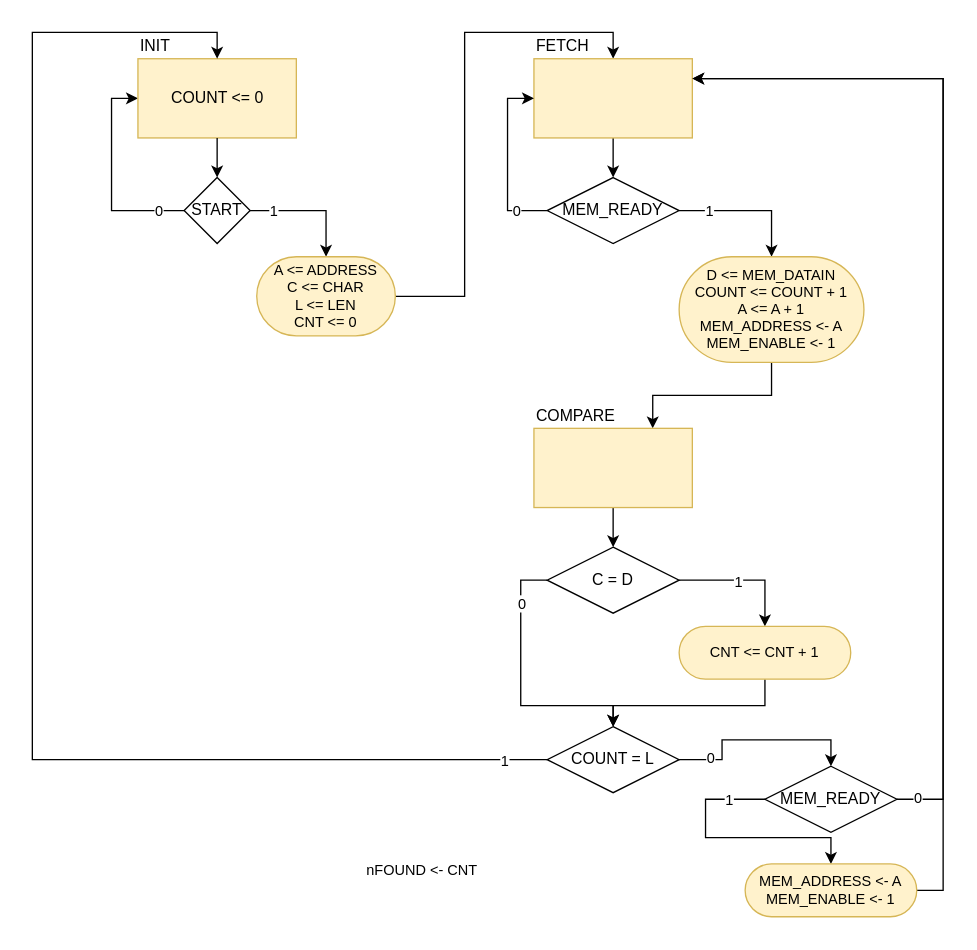
Earlier version of the draw.io diagram page "search_chr_improved" (4 of 5) of ASMcharts/ASM.drawio (DavidTrevisan/calcolatori_elettronici_2025). Source tidied: cells renumbered, new cells numbered last; positions are measured from the earlier drawing's top-left corner, leaving out a move shared by most shapes. Both pictures are drawn from the tidied source at 132%, with x=0, y=0 at pixel (32, 32).
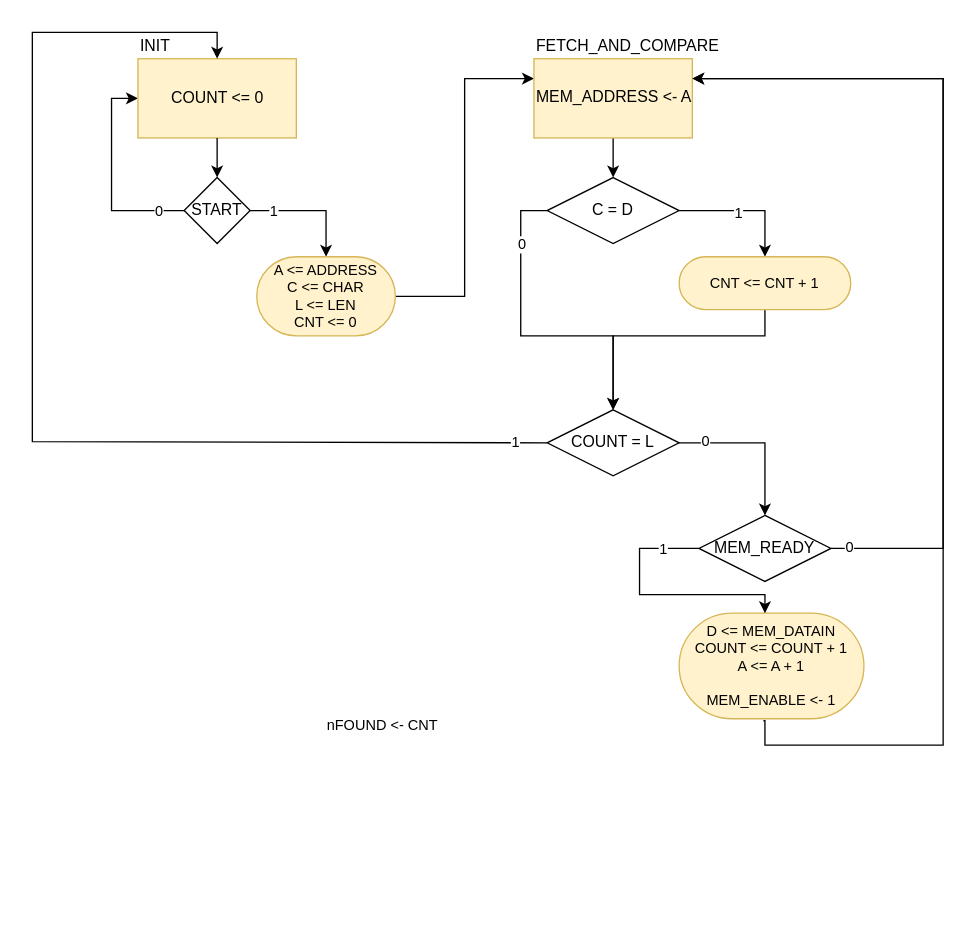
Above is the later version.

Commit message:
[ASM] Update (reversed eng) search_chr improved

Unchanged cells that the change refers to:
```xml
<mxCell id="4" value="INIT" style="rounded=0;whiteSpace=wrap;html=1;verticalAlign=bottom;labelPosition=center;verticalLabelPosition=top;align=left;fillColor=#fff2cc;strokeColor=#d6b656;" parent="1" vertex="1">
  <mxGeometry x="80" y="20" width="120" height="60" as="geometry" />
</mxCell>
<mxCell id="11" value="A &amp;lt;= ADDRESS&lt;br&gt;C &amp;lt;= CHAR&lt;br&gt;L &amp;lt;= LEN&lt;br&gt;CNT &amp;lt;= 0" style="rounded=1;whiteSpace=wrap;html=1;fontFamily=Helvetica;fontSize=11;labelBackgroundColor=none;fillColor=#fff2cc;strokeColor=#d6b656;arcSize=50;" parent="1" vertex="1">
  <mxGeometry x="170" y="170" width="105" height="60" as="geometry" />
</mxCell>
```

The edit, as a diff of the source:
```diff
@@
-    <mxCell id="10" style="edgeStyle=orthogonalEdgeStyle;shape=connector;rounded=0;jumpStyle=arc;jettySize=auto;html=1;entryX=0.5;entryY=0;entryDx=0;entryDy=0;strokeColor=default;align=center;verticalAlign=middle;fontFamily=Helvetica;fontSize=11;fontColor=default;labelBackgroundColor=default;endArrow=classic;" parent="1" edge="1" source="11" target="13">
+    <mxCell id="10" style="edgeStyle=orthogonalEdgeStyle;shape=connector;rounded=0;jumpStyle=arc;jettySize=auto;html=1;entryX=0;entryY=0.25;entryDx=0;entryDy=0;strokeColor=default;align=center;verticalAlign=middle;fontFamily=Helvetica;fontSize=11;fontColor=default;labelBackgroundColor=default;endArrow=classic;" parent="1" edge="1" source="11" target="13">
       <mxGeometry relative="1" as="geometry" />
     </mxCell>
@@
-    <mxCell id="12" style="edgeStyle=orthogonalEdgeStyle;shape=connector;rounded=0;jumpStyle=arc;jettySize=auto;html=1;entryX=0.5;entryY=0;entryDx=0;entryDy=0;strokeColor=default;align=center;verticalAlign=middle;fontFamily=Helvetica;fontSize=11;fontColor=default;labelBackgroundColor=default;endArrow=classic;" parent="1" edge="1" source="13" target="18">
-      <mxGeometry relative="1" as="geometry" />
-    </mxCell>
+    <mxCell id="43" style="edgeStyle=orthogonalEdgeStyle;rounded=0;jettySize=auto;html=1;entryX=0.5;entryY=0;entryDx=0;entryDy=0;" parent="1" edge="1" source="13" target="27">
+      <mxGeometry relative="1" as="geometry" />
+    </mxCell>
-    <mxCell id="13" value="FETCH" style="rounded=0;whiteSpace=wrap;html=1;verticalAlign=bottom;labelPosition=center;verticalLabelPosition=top;align=left;fillColor=#fff2cc;strokeColor=#d6b656;" parent="1" vertex="1">
+    <mxCell id="13" value="FETCH_AND_COMPARE" style="rounded=0;whiteSpace=wrap;html=1;verticalAlign=bottom;labelPosition=center;verticalLabelPosition=top;align=left;fillColor=#fff2cc;strokeColor=#d6b656;" parent="1" vertex="1">
       <mxGeometry x="380" y="20" width="120" height="60" as="geometry" />
     </mxCell>
-    <mxCell id="14" style="edgeStyle=orthogonalEdgeStyle;shape=connector;rounded=0;jumpStyle=arc;jettySize=auto;html=1;entryX=0;entryY=0.5;entryDx=0;entryDy=0;strokeColor=default;align=center;verticalAlign=middle;fontFamily=Helvetica;fontSize=11;fontColor=default;labelBackgroundColor=default;endArrow=classic;exitX=0;exitY=0.5;exitDx=0;exitDy=0;" parent="1" edge="1" source="18" target="13">
-      <mxGeometry relative="1" as="geometry" />
-    </mxCell>
-    <mxCell id="15" value="0" style="edgeLabel;html=1;align=center;verticalAlign=middle;fontFamily=Helvetica;fontSize=11;fontColor=default;labelBackgroundColor=default;" parent="14" vertex="1">
-      <mxGeometry x="-0.64" relative="1" as="geometry" />
-    </mxCell>
-    <mxCell id="16" style="edgeStyle=orthogonalEdgeStyle;shape=connector;rounded=0;jumpStyle=arc;jettySize=auto;html=1;entryX=0.5;entryY=0;entryDx=0;entryDy=0;strokeColor=default;align=center;verticalAlign=middle;fontFamily=Helvetica;fontSize=11;fontColor=default;labelBackgroundColor=default;endArrow=classic;exitX=1;exitY=0.5;exitDx=0;exitDy=0;" parent="1" edge="1" source="18" target="20">
-      <mxGeometry relative="1" as="geometry" />
-    </mxCell>
-    <mxCell id="17" value="1" style="edgeLabel;html=1;align=center;verticalAlign=middle;fontFamily=Helvetica;fontSize=11;fontColor=default;labelBackgroundColor=default;" parent="16" vertex="1">
-      <mxGeometry x="-0.58" relative="1" as="geometry" />
-    </mxCell>
-    <mxCell id="18" value="MEM_READY" style="rhombus;whiteSpace=wrap;html=1;" parent="1" vertex="1">
-      <mxGeometry x="390" y="110" width="100" height="50" as="geometry" />
-    </mxCell>
-    <mxCell id="19" style="edgeStyle=orthogonalEdgeStyle;shape=connector;rounded=0;jumpStyle=arc;jettySize=auto;html=1;entryX=0.75;entryY=0;entryDx=0;entryDy=0;strokeColor=default;align=center;verticalAlign=middle;fontFamily=Helvetica;fontSize=11;fontColor=default;labelBackgroundColor=default;endArrow=classic;" parent="1" edge="1" source="20" target="22">
-      <mxGeometry relative="1" as="geometry" />
-    </mxCell>
-    <mxCell id="20" value="D &amp;lt;= MEM_DATAIN&lt;br&gt;COUNT &amp;lt;= COUNT + 1&lt;br&gt;&lt;div&gt;A &amp;lt;= A + 1&lt;br&gt;MEM_ADDRESS &amp;lt;- A&lt;br&gt;MEM_ENABLE &amp;lt;- 1&lt;/div&gt;" style="rounded=1;whiteSpace=wrap;html=1;fontFamily=Helvetica;fontSize=11;labelBackgroundColor=none;fillColor=#fff2cc;strokeColor=#d6b656;arcSize=50;" parent="1" vertex="1">
-      <mxGeometry x="490" y="170" width="140" height="80" as="geometry" />
+    <mxCell id="20" value="D &amp;lt;= MEM_DATAIN&lt;br&gt;COUNT &amp;lt;= COUNT + 1&lt;br&gt;&lt;div&gt;A &amp;lt;= A + 1&lt;br&gt;&lt;br&gt;MEM_ENABLE &amp;lt;- 1&lt;/div&gt;" style="rounded=1;whiteSpace=wrap;html=1;fontFamily=Helvetica;fontSize=11;labelBackgroundColor=none;fillColor=#fff2cc;strokeColor=#d6b656;arcSize=50;" parent="1" vertex="1">
+      <mxGeometry x="490" y="440" width="140" height="80" as="geometry" />
     </mxCell>
-    <mxCell id="21" style="edgeStyle=orthogonalEdgeStyle;shape=connector;rounded=0;jumpStyle=arc;jettySize=auto;html=1;entryX=0.5;entryY=0;entryDx=0;entryDy=0;strokeColor=default;align=center;verticalAlign=middle;fontFamily=Helvetica;fontSize=11;fontColor=default;labelBackgroundColor=default;endArrow=classic;" parent="1" edge="1" source="22" target="27">
-      <mxGeometry relative="1" as="geometry" />
-    </mxCell>
-    <mxCell id="22" value="COMPARE" style="rounded=0;whiteSpace=wrap;html=1;verticalAlign=bottom;labelPosition=center;verticalLabelPosition=top;align=left;fillColor=#fff2cc;strokeColor=#d6b656;" parent="1" vertex="1">
-      <mxGeometry x="380" y="300" width="120" height="60" as="geometry" />
-    </mxCell>
@@
     <mxCell id="25" style="edgeStyle=orthogonalEdgeStyle;shape=connector;rounded=0;jumpStyle=arc;jettySize=auto;html=1;strokeColor=default;align=center;verticalAlign=middle;fontFamily=Helvetica;fontSize=11;fontColor=default;labelBackgroundColor=default;endArrow=classic;exitX=0;exitY=0.5;exitDx=0;exitDy=0;entryX=0.5;entryY=0;entryDx=0;entryDy=0;" parent="1" edge="1" source="27" target="34">
       <mxGeometry relative="1" as="geometry">
         <Array as="points">
-          <mxPoint x="370" y="415" />
-          <mxPoint x="370" y="510" />
-          <mxPoint x="440" y="510" />
+          <mxPoint x="370" y="135" />
+          <mxPoint x="370" y="230" />
+          <mxPoint x="440" y="230" />
         </Array>
       </mxGeometry>
     </mxCell>
@@
     <mxCell id="27" value="C = D" style="rhombus;whiteSpace=wrap;html=1;" parent="1" vertex="1">
-      <mxGeometry x="390" y="390" width="100" height="50" as="geometry" />
+      <mxGeometry x="390" y="110" width="100" height="50" as="geometry" />
     </mxCell>
     <mxCell id="28" style="edgeStyle=orthogonalEdgeStyle;shape=connector;rounded=0;jumpStyle=arc;jettySize=auto;html=1;entryX=0.5;entryY=0;entryDx=0;entryDy=0;strokeColor=default;align=center;verticalAlign=middle;fontFamily=Helvetica;fontSize=11;fontColor=default;labelBackgroundColor=default;endArrow=classic;" parent="1" edge="1" source="29" target="34">
       <mxGeometry relative="1" as="geometry">
         <Array as="points">
-          <mxPoint x="555" y="510" />
-          <mxPoint x="440" y="510" />
+          <mxPoint x="555" y="230" />
+          <mxPoint x="440" y="230" />
         </Array>
       </mxGeometry>
     </mxCell>
     <mxCell id="29" value="CNT &amp;lt;= CNT + 1" style="rounded=1;whiteSpace=wrap;html=1;fontFamily=Helvetica;fontSize=11;labelBackgroundColor=none;fillColor=#fff2cc;strokeColor=#d6b656;arcSize=50;" parent="1" vertex="1">
-      <mxGeometry x="490" y="450" width="130" height="40" as="geometry" />
+      <mxGeometry x="490" y="170" width="130" height="40" as="geometry" />
     </mxCell>
-    <mxCell id="30" style="edgeStyle=orthogonalEdgeStyle;shape=connector;rounded=0;jumpStyle=arc;jettySize=auto;html=1;entryX=0.5;entryY=0;entryDx=0;entryDy=0;strokeColor=default;align=center;verticalAlign=middle;fontFamily=Helvetica;fontSize=11;fontColor=default;labelBackgroundColor=default;endArrow=classic;exitX=0;exitY=0.5;exitDx=0;exitDy=0;" parent="1" edge="1" source="42" target="36">
+    <mxCell id="30" style="edgeStyle=orthogonalEdgeStyle;shape=connector;rounded=0;jumpStyle=arc;jettySize=auto;html=1;entryX=0.5;entryY=0;entryDx=0;entryDy=0;strokeColor=default;align=center;verticalAlign=middle;fontFamily=Helvetica;fontSize=11;fontColor=default;labelBackgroundColor=default;endArrow=classic;exitX=0;exitY=0.5;exitDx=0;exitDy=0;" parent="1" edge="1" source="42">
       <mxGeometry relative="1" as="geometry">
+        <mxPoint x="555" y="440" as="targetPoint" />
         <Array as="points">
-          <mxPoint x="510" y="581" />
-          <mxPoint x="510" y="610" />
-          <mxPoint x="605" y="610" />
+          <mxPoint x="460" y="391" />
+          <mxPoint x="460" y="426" />
+          <mxPoint x="555" y="426" />
         </Array>
       </mxGeometry>
     </mxCell>
@@
-    <mxCell id="32" style="edgeStyle=orthogonalEdgeStyle;shape=connector;rounded=0;jumpStyle=arc;jettySize=auto;html=1;entryX=0.5;entryY=0;entryDx=0;entryDy=0;strokeColor=default;align=center;verticalAlign=middle;fontFamily=Helvetica;fontSize=11;fontColor=default;labelBackgroundColor=default;endArrow=classic;" parent="1" edge="1" source="34" target="4">
+    <mxCell id="32" style="edgeStyle=orthogonalEdgeStyle;shape=connector;rounded=0;jumpStyle=arc;jettySize=auto;html=1;entryX=0.5;entryY=0;entryDx=0;entryDy=0;strokeColor=default;align=center;verticalAlign=middle;fontFamily=Helvetica;fontSize=11;fontColor=default;labelBackgroundColor=default;endArrow=classic;exitX=0;exitY=0.5;exitDx=0;exitDy=0;" parent="1" edge="1" source="34" target="4">
       <mxGeometry relative="1" as="geometry">
         <Array as="points">
-          <mxPoint y="551" />
+          <mxPoint x="370" y="310" />
+          <mxPoint y="310" />
           <mxPoint />
           <mxPoint x="140" />
         </Array>
       </mxGeometry>
     </mxCell>
@@
     <mxCell id="34" value="COUNT = L" style="rhombus;whiteSpace=wrap;html=1;" parent="1" vertex="1">
-      <mxGeometry x="390" y="526" width="100" height="50" as="geometry" />
+      <mxGeometry x="390" y="286" width="100" height="50" as="geometry" />
     </mxCell>
-    <mxCell id="35" style="edgeStyle=orthogonalEdgeStyle;shape=connector;rounded=0;jumpStyle=arc;jettySize=auto;html=1;entryX=1;entryY=0.25;entryDx=0;entryDy=0;strokeColor=default;align=center;verticalAlign=middle;fontFamily=Helvetica;fontSize=11;fontColor=default;labelBackgroundColor=default;endArrow=classic;exitX=0.5;exitY=1;exitDx=0;exitDy=0;" parent="1" edge="1" source="36" target="13">
+    <mxCell id="35" style="edgeStyle=orthogonalEdgeStyle;shape=connector;rounded=0;jumpStyle=arc;jettySize=auto;html=1;entryX=1;entryY=0.25;entryDx=0;entryDy=0;strokeColor=default;align=center;verticalAlign=middle;fontFamily=Helvetica;fontSize=11;fontColor=default;labelBackgroundColor=default;endArrow=classic;exitX=0.456;exitY=1.019;exitDx=0;exitDy=0;exitPerimeter=0;" parent="1" edge="1" source="20" target="13">
       <mxGeometry relative="1" as="geometry">
         <Array as="points">
-          <mxPoint x="605" y="650" />
-          <mxPoint x="690" y="650" />
+          <mxPoint x="555" y="522" />
+          <mxPoint x="555" y="540" />
+          <mxPoint x="690" y="540" />
           <mxPoint x="690" y="35" />
         </Array>
       </mxGeometry>
     </mxCell>
-    <mxCell id="36" value="MEM_ADDRESS &amp;lt;- A&lt;br&gt;MEM_ENABLE &amp;lt;- 1" style="rounded=1;whiteSpace=wrap;html=1;fontFamily=Helvetica;fontSize=11;labelBackgroundColor=none;fillColor=#fff2cc;strokeColor=#d6b656;arcSize=50;" parent="1" vertex="1">
-      <mxGeometry x="540" y="630" width="130" height="40" as="geometry" />
-    </mxCell>
     <mxCell id="37" value="nFOUND &amp;lt;- CNT" style="text;html=1;align=center;verticalAlign=middle;strokeColor=none;fillColor=none;fontFamily=Helvetica;fontSize=11;fontColor=default;labelBackgroundColor=default;" parent="1" vertex="1">
-      <mxGeometry x="240" y="620" width="110" height="30" as="geometry" />
+      <mxGeometry x="210" y="510" width="110" height="30" as="geometry" />
     </mxCell>
@@
     <mxCell id="40" style="edgeStyle=orthogonalEdgeStyle;shape=connector;rounded=0;jumpStyle=arc;jettySize=auto;html=1;entryX=1;entryY=0.25;entryDx=0;entryDy=0;strokeColor=default;align=center;verticalAlign=middle;fontFamily=Helvetica;fontSize=11;fontColor=default;labelBackgroundColor=default;endArrow=classic;" parent="1" edge="1" source="42" target="13">
       <mxGeometry relative="1" as="geometry">
         <Array as="points">
-          <mxPoint x="690" y="581" />
+          <mxPoint x="690" y="391" />
           <mxPoint x="690" y="35" />
         </Array>
       </mxGeometry>
     </mxCell>
@@
     <mxCell id="42" value="MEM_READY" style="rhombus;whiteSpace=wrap;html=1;" parent="1" vertex="1">
-      <mxGeometry x="555" y="556" width="100" height="50" as="geometry" />
+      <mxGeometry x="505" y="366" width="100" height="50" as="geometry" />
     </mxCell>
+    <mxCell id="44" value="MEM_ADDRESS &amp;lt;- A" style="text;whiteSpace=wrap;html=1;" parent="1" vertex="1">
+      <mxGeometry x="380" y="35" width="150" height="30" as="geometry" />
+    </mxCell>
```
